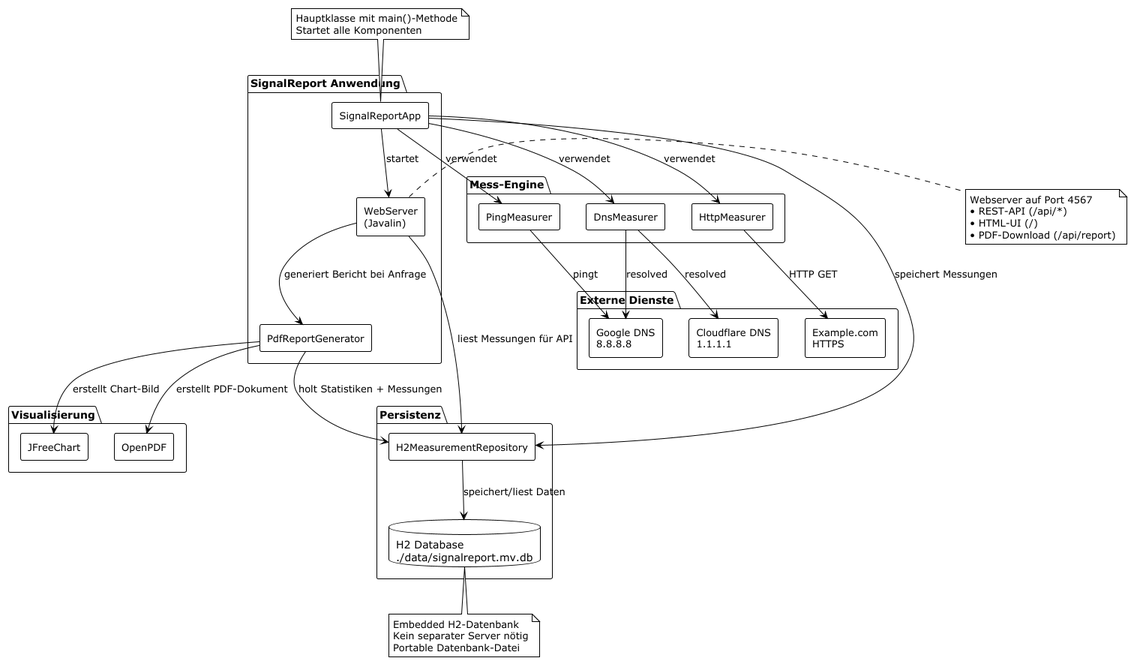
The PlantUML diagram docs/diagrams/component-diagram.png in matthili/SignalReport, before a commit. Its source is kept beside it as docs/diagrams/component-diagram.puml. Its diagram source:
```plantuml
@startuml SignalReport - Komponenten-Diagramm
!theme plain
skinparam componentFontSize 13
skinparam componentStyle rectangle

package "SignalReport Anwendung" {
  [SignalReportApp] as App
  [WebServer\n(Javalin)] as Web
  [PdfReportGenerator] as PDF
}

package "Mess-Engine" {
  [PingMeasurer] as Ping
  [DnsMeasurer] as DNS
  [HttpMeasurer] as HTTP
}

package "Persistenz" {
  [H2MeasurementRepository] as Repo
  database "H2 Database\n./data/signalreport.mv.db" as DB
}

package "Visualisierung" {
  [JFreeChart] as Chart
  [OpenPDF] as OpenPDF
}

package "Externe Dienste" {
  [Google DNS\n8.8.8.8] as GoogleDNS
  [Cloudflare DNS\n1.1.1.1] as CloudflareDNS
  [Example.com\nHTTPS] as Example
}

App --> Web : startet
App --> Ping : verwendet
App --> DNS : verwendet
App --> HTTP : verwendet
App --> Repo : speichert Messungen

Web --> Repo : liest Messungen für API
Web --> PDF : generiert Bericht bei Anfrage

PDF --> Repo : holt Statistiken + Messungen
PDF --> Chart : erstellt Chart-Bild
PDF --> OpenPDF : erstellt PDF-Dokument

Repo --> DB : speichert/liest Daten

Ping --> GoogleDNS : pingt
DNS --> GoogleDNS : resolved
DNS --> CloudflareDNS : resolved
HTTP --> Example : HTTP GET

note top of App
  Hauptklasse mit main()-Methode
  Startet alle Komponenten
end note

note right of Web
  Webserver auf Port 4567
  • REST-API (/api/*)
  • HTML-UI (/)
  • PDF-Download (/api/report)
end note

note bottom of DB
  Embedded H2-Datenbank
  Kein separater Server nötig
  Portable Datenbank-Datei
end note
@enduml
```
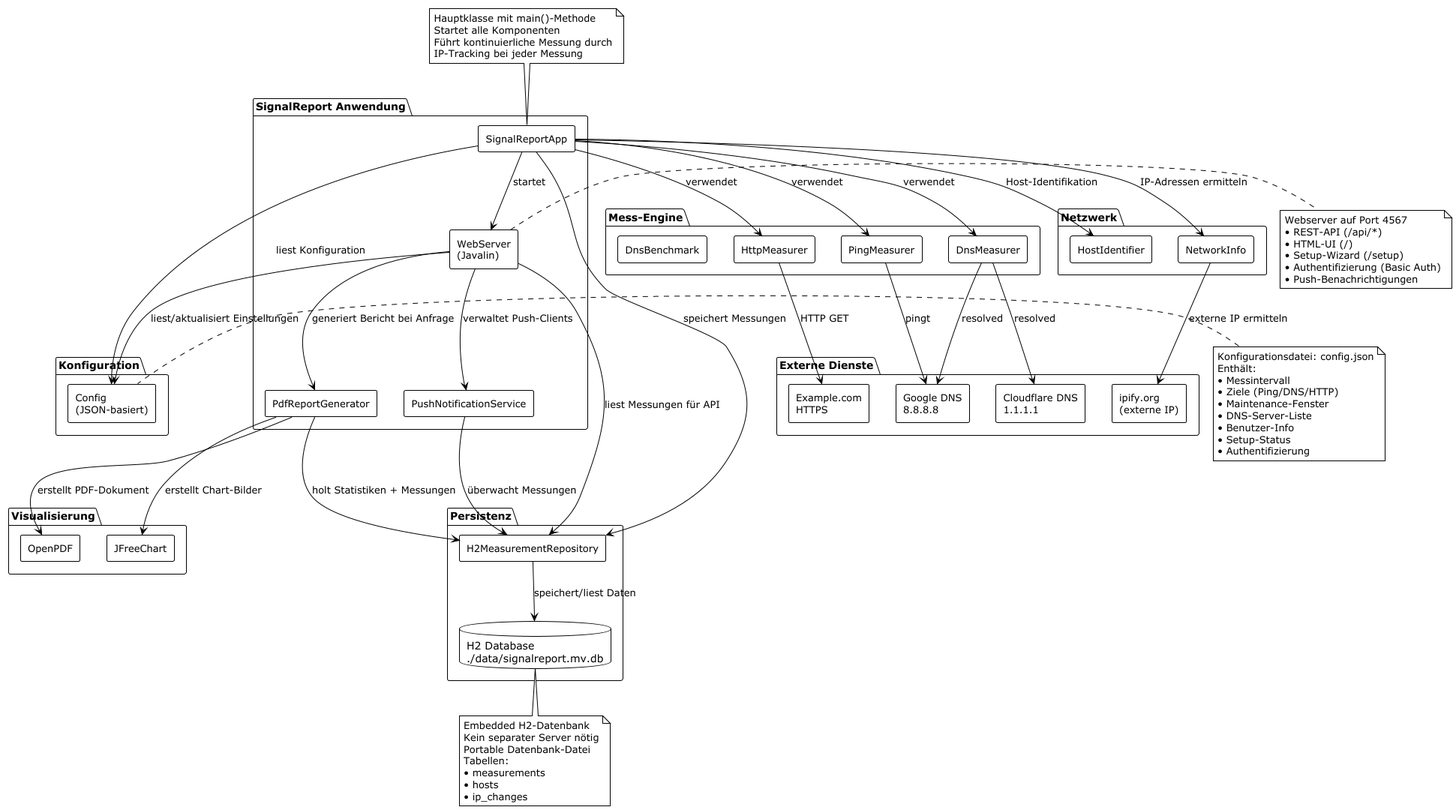
Later version of the same file.

The edit, as a diff of the source:
```diff
@@ -7,17 +7,28 @@
   [SignalReportApp] as App
   [WebServer\n(Javalin)] as Web
   [PdfReportGenerator] as PDF
+  [PushNotificationService] as Push
 }
 
 package "Mess-Engine" {
   [PingMeasurer] as Ping
   [DnsMeasurer] as DNS
   [HttpMeasurer] as HTTP
+  [DnsBenchmark] as Benchmark
 }
 
 package "Persistenz" {
   [H2MeasurementRepository] as Repo
   database "H2 Database\n./data/signalreport.mv.db" as DB
+}
+
+package "Konfiguration" {
+  [Config\n(JSON-basiert)] as Config
+}
+
+package "Netzwerk" {
+  [HostIdentifier] as HostID
+  [NetworkInfo] as NetInfo
 }
 
 package "Visualisierung" {
@@ -29,6 +40,7 @@
   [Google DNS\n8.8.8.8] as GoogleDNS
   [Cloudflare DNS\n1.1.1.1] as CloudflareDNS
   [Example.com\nHTTPS] as Example
+  [ipify.org\n(externe IP)] as Ipify
 }
 
 App --> Web : startet
@@ -36,36 +48,64 @@
 App --> DNS : verwendet
 App --> HTTP : verwendet
 App --> Repo : speichert Messungen
+App --> HostID : Host-Identifikation
+App --> NetInfo : IP-Adressen ermitteln
+App --> Config : liest Konfiguration
 
 Web --> Repo : liest Messungen für API
 Web --> PDF : generiert Bericht bei Anfrage
+Web --> Push : verwaltet Push-Clients
+Web --> Config : liest/aktualisiert Einstellungen
 
 PDF --> Repo : holt Statistiken + Messungen
-PDF --> Chart : erstellt Chart-Bild
+PDF --> Chart : erstellt Chart-Bilder
 PDF --> OpenPDF : erstellt PDF-Dokument
 
-Repo --> DB : speichert/liest Daten
+Push --> Repo : überwacht Messungen
 
 Ping --> GoogleDNS : pingt
 DNS --> GoogleDNS : resolved
 DNS --> CloudflareDNS : resolved
 HTTP --> Example : HTTP GET
+NetInfo --> Ipify : externe IP ermitteln
+
+Repo --> DB : speichert/liest Daten
 
 note top of App
   Hauptklasse mit main()-Methode
   Startet alle Komponenten
+  Führt kontinuierliche Messung durch
+  IP-Tracking bei jeder Messung
 end note
 
 note right of Web
   Webserver auf Port 4567
   • REST-API (/api/*)
   • HTML-UI (/)
-  • PDF-Download (/api/report)
+  • Setup-Wizard (/setup)
+  • Authentifizierung (Basic Auth)
+  • Push-Benachrichtigungen
 end note
 
 note bottom of DB
   Embedded H2-Datenbank
   Kein separater Server nötig
   Portable Datenbank-Datei
+  Tabellen:
+  • measurements
+  • hosts
+  • ip_changes
+end note
+
+note left of Config
+  Konfigurationsdatei: config.json
+  Enthält:
+  • Messintervall
+  • Ziele (Ping/DNS/HTTP)
+  • Maintenance-Fenster
+  • DNS-Server-Liste
+  • Benutzer-Info
+  • Setup-Status
+  • Authentifizierung
 end note
 @enduml
```
